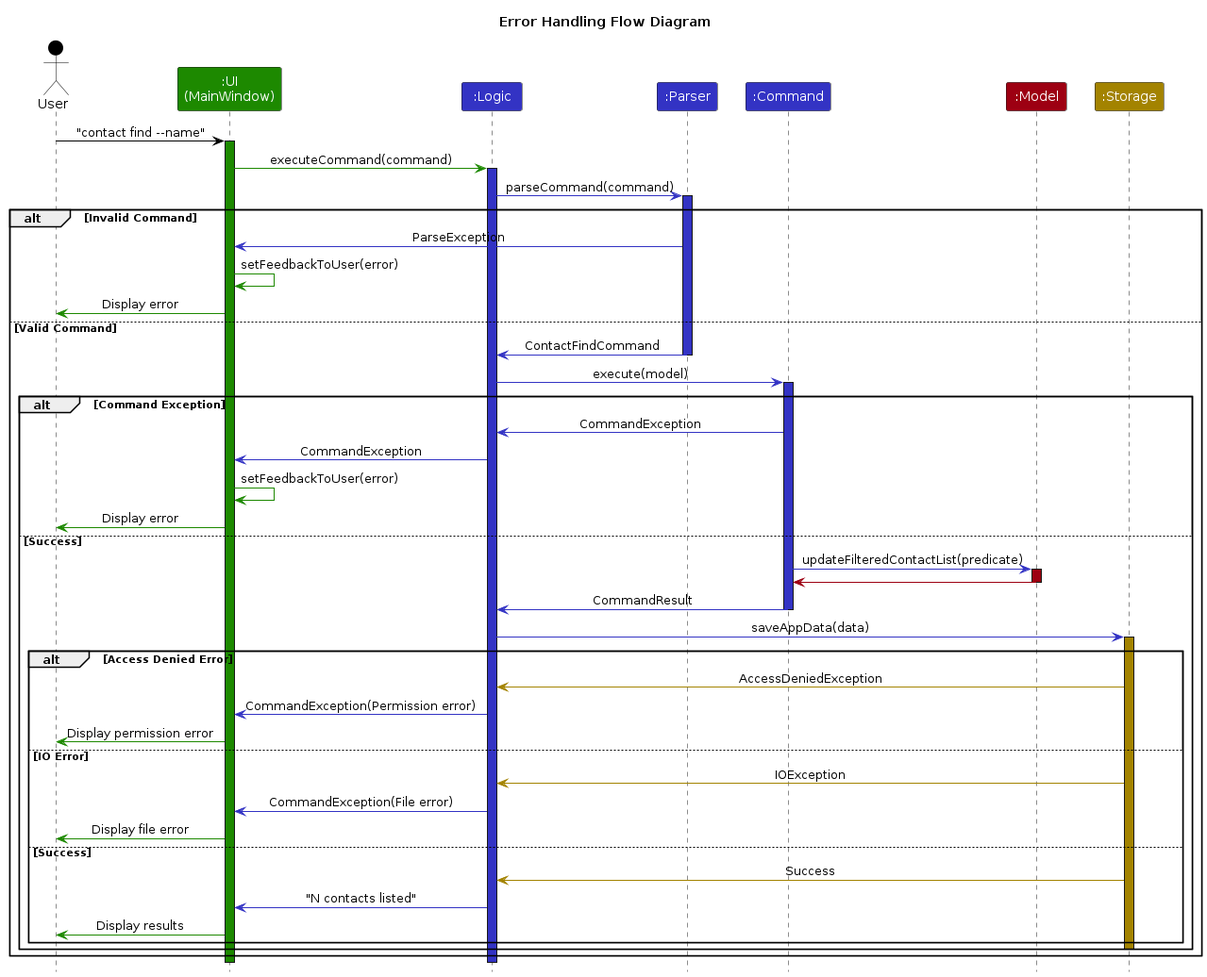
This is diagrams/ErrorHandlingFlowDiagram.png from AY2526S1-CS2103T-F15b-2/tp, a PlantUML export, as it was before one commit. Its source is kept beside it as diagrams/ErrorHandlingFlowDiagram.puml.
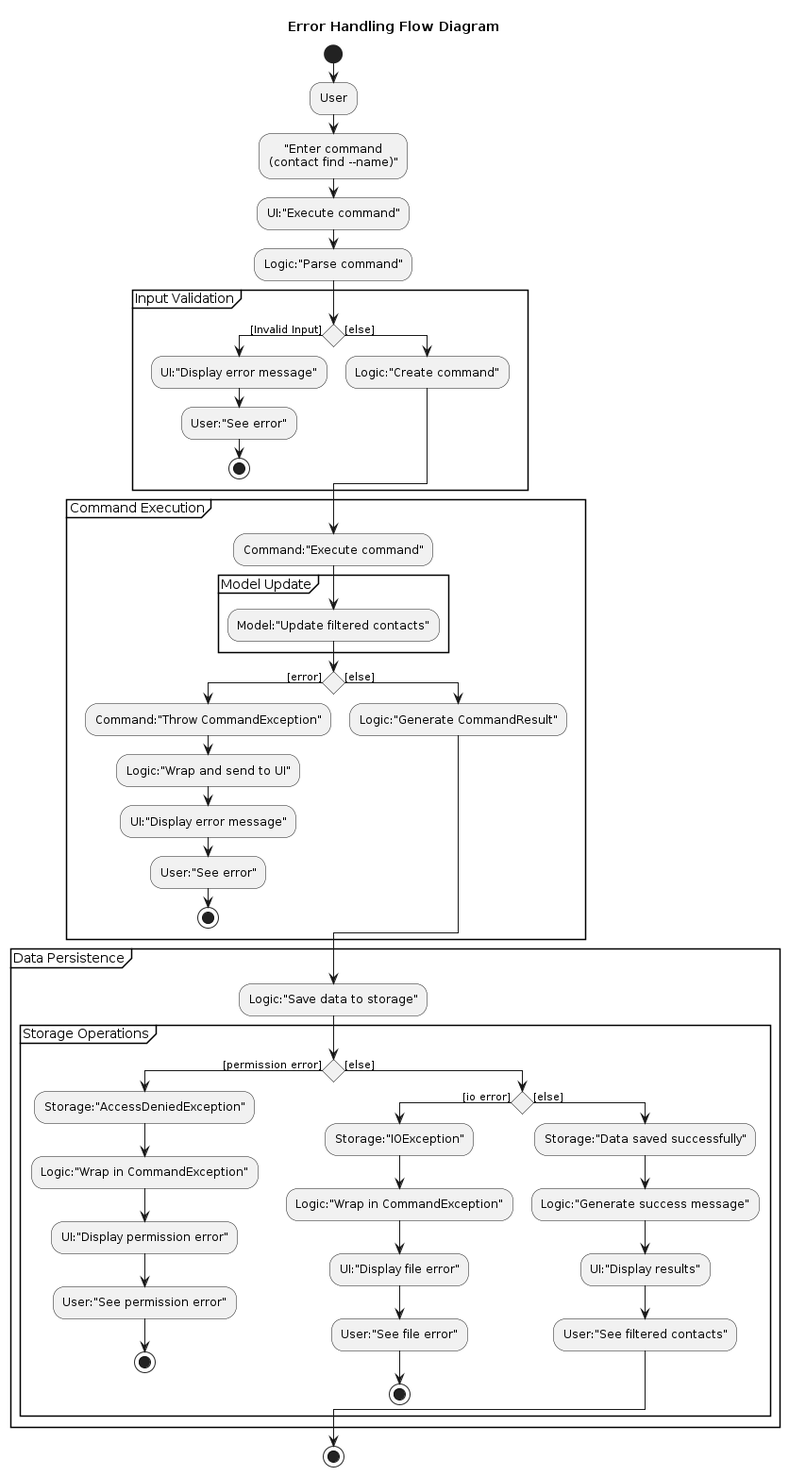
The same file after the commit.

What changed in the source:
```diff
@@ -4,69 +4,67 @@
 
 title Error Handling Flow Diagram
 
-actor User as user USER_COLOR
-participant ":UI\n(MainWindow)" as ui UI_COLOR
-participant ":Logic" as logic LOGIC_COLOR
-participant ":Parser" as parser LOGIC_COLOR
-participant ":Command" as command LOGIC_COLOR
-participant ":Model" as model MODEL_COLOR
-participant ":Storage" as storage STORAGE_COLOR
+start
+:User;
+:"Enter command\n(contact find --name)";
+:UI:"Execute command";
+:Logic:"Parse command";
 
-user -[USER_COLOR]> ui : "contact find --name"
-activate ui UI_COLOR
+partition "Input Validation" {
+    if () then ([Invalid Input])
+        :UI:"Display error message";
+        :User:"See error";
+        stop
+    else ([else])
+        :Logic:"Create command";
+    endif
+}
 
-ui -[UI_COLOR]> logic : executeCommand(command)
-activate logic LOGIC_COLOR
+partition "Command Execution" {
+    :Command:"Execute command";
 
-logic -[LOGIC_COLOR]> parser : parseCommand(command)
-activate parser LOGIC_COLOR
+    partition "Model Update" {
+        :Model:"Update filtered contacts";
+    }
 
-alt Invalid Command
-    parser -[LOGIC_COLOR]> ui : ParseException
-    ui -[UI_COLOR]> ui : setFeedbackToUser(error)
-    ui -[UI_COLOR]> user : Display error
-else Valid Command
-    parser -[LOGIC_COLOR]> logic : ContactFindCommand
-    deactivate parser
+    if () then ([error])
+        :Command:"Throw CommandException";
+        :Logic:"Wrap and send to UI";
+        :UI:"Display error message";
+        :User:"See error";
+        stop
+    else ([else])
+        :Logic:"Generate CommandResult";
+    endif
+}
 
-    logic -[LOGIC_COLOR]> command : execute(model)
-    activate command LOGIC_COLOR
+partition "Data Persistence" {
+    :Logic:"Save data to storage";
 
-    alt Command Exception
-        command -[LOGIC_COLOR]> logic : CommandException
-        logic -[LOGIC_COLOR]> ui : CommandException
-        ui -[UI_COLOR]> ui : setFeedbackToUser(error)
-        ui -[UI_COLOR]> user : Display error
-    else Success
-        command -[LOGIC_COLOR]> model : updateFilteredContactList(predicate)
-        activate model MODEL_COLOR
-        model -[MODEL_COLOR]> command
-        deactivate model
+    partition "Storage Operations" {
+        if () then ([permission error])
+            :Storage:"AccessDeniedException";
+            :Logic:"Wrap in CommandException";
+            :UI:"Display permission error";
+            :User:"See permission error";
+            stop
+        else ([else])
+            if () then ([io error])
+                :Storage:"IOException";
+                :Logic:"Wrap in CommandException";
+                :UI:"Display file error";
+                :User:"See file error";
+                stop
+            else ([else])
+                :Storage:"Data saved successfully";
+                :Logic:"Generate success message";
+                :UI:"Display results";
+                :User:"See filtered contacts";
+            endif
+        endif
+    }
+}
 
-        command -[LOGIC_COLOR]> logic : CommandResult
-        deactivate command
-
-        logic -[LOGIC_COLOR]> storage : saveAppData(data)
-        activate storage STORAGE_COLOR
-
-        alt Access Denied Error
-            storage -[STORAGE_COLOR]> logic : AccessDeniedException
-            logic -[LOGIC_COLOR]> ui : CommandException(Permission error)
-            ui -[UI_COLOR]> user : Display permission error
-        else IO Error
-            storage -[STORAGE_COLOR]> logic : IOException
-            logic -[LOGIC_COLOR]> ui : CommandException(File error)
-            ui -[UI_COLOR]> user : Display file error
-        else Success
-            storage -[STORAGE_COLOR]> logic : Success
-            logic -[LOGIC_COLOR]> ui : "N contacts listed"
-            ui -[UI_COLOR]> user : Display results
-        end
-        deactivate storage
-    end
-end
-
-deactivate logic
-deactivate ui
+stop
 
 @enduml
```
